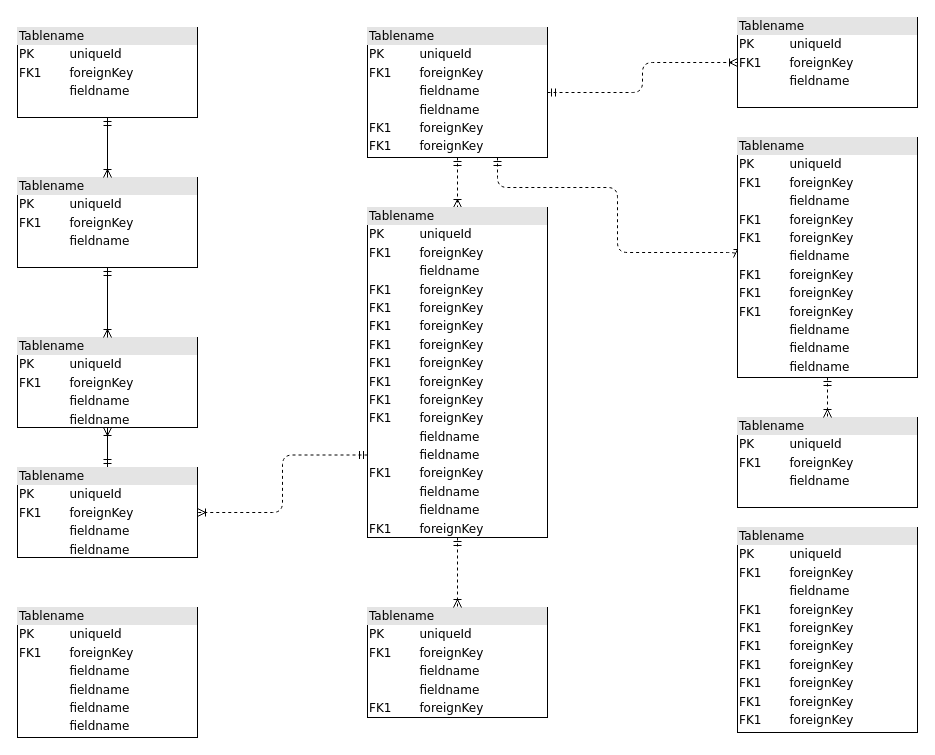
Before: Exercise 2.drawio in InesCortina/git-demo, a draw.io diagram. Source tidied: cells renumbered, new cells numbered last; positions are measured from the earlier drawing's top-left corner, leaving out a move shared by most shapes. Both pictures are drawn from the tidied source at 100%, with x=0, y=0 at pixel (17, 17).
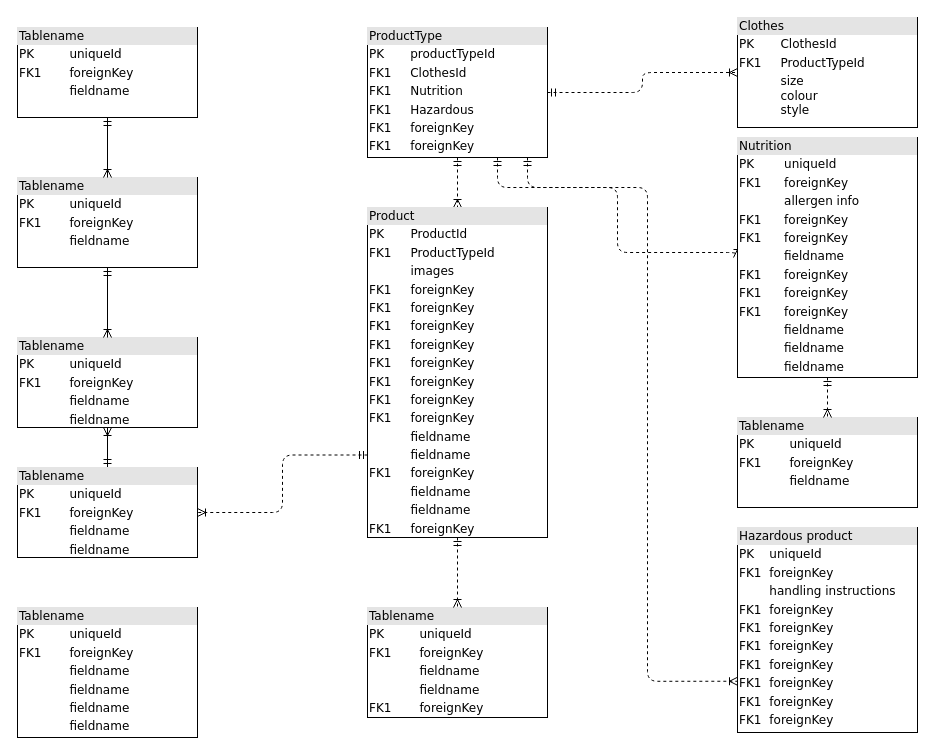
The same diagram, later.

Diff of the diagram source:
```diff
@@
-    <mxCell id="6" value="&lt;div style=&quot;box-sizing: border-box ; width: 100% ; background: #e4e4e4 ; padding: 2px&quot;&gt;Tablename&lt;/div&gt;&lt;table style=&quot;width: 100% ; font-size: 1em&quot; cellpadding=&quot;2&quot; cellspacing=&quot;0&quot;&gt;&lt;tbody&gt;&lt;tr&gt;&lt;td&gt;PK&lt;/td&gt;&lt;td&gt;uniqueId&lt;/td&gt;&lt;/tr&gt;&lt;tr&gt;&lt;td&gt;FK1&lt;/td&gt;&lt;td&gt;foreignKey&lt;/td&gt;&lt;/tr&gt;&lt;tr&gt;&lt;td&gt;&lt;/td&gt;&lt;td&gt;fieldname&lt;/td&gt;&lt;/tr&gt;&lt;tr&gt;&lt;td&gt;&lt;br&gt;&lt;/td&gt;&lt;td&gt;fieldname&lt;br&gt;&lt;/td&gt;&lt;/tr&gt;&lt;tr&gt;&lt;td&gt;FK1&lt;br&gt;&lt;/td&gt;&lt;td&gt;foreignKey&lt;br&gt;&lt;/td&gt;&lt;/tr&gt;&lt;tr&gt;&lt;td&gt;FK1&lt;br&gt;&lt;/td&gt;&lt;td&gt;foreignKey&lt;br&gt;&lt;/td&gt;&lt;/tr&gt;&lt;/tbody&gt;&lt;/table&gt;" style="verticalAlign=top;align=left;overflow=fill;html=1;rounded=0;shadow=0;comic=0;labelBackgroundColor=none;strokeWidth=1;fontFamily=Verdana;fontSize=12;" parent="1" vertex="1">
+    <mxCell id="6" value="&lt;div style=&quot;box-sizing: border-box ; width: 100% ; background: #e4e4e4 ; padding: 2px&quot;&gt;ProductType&lt;/div&gt;&lt;table style=&quot;width: 100% ; font-size: 1em&quot; cellpadding=&quot;2&quot; cellspacing=&quot;0&quot;&gt;&lt;tbody&gt;&lt;tr&gt;&lt;td&gt;PK&lt;/td&gt;&lt;td&gt;productTypeId&lt;/td&gt;&lt;/tr&gt;&lt;tr&gt;&lt;td&gt;FK1&lt;/td&gt;&lt;td&gt;ClothesId&lt;/td&gt;&lt;/tr&gt;&lt;tr&gt;&lt;td&gt;FK1&lt;/td&gt;&lt;td&gt;Nutrition&lt;/td&gt;&lt;/tr&gt;&lt;tr&gt;&lt;td&gt;FK1&lt;/td&gt;&lt;td&gt;Hazardous&lt;/td&gt;&lt;/tr&gt;&lt;tr&gt;&lt;td&gt;FK1&lt;br&gt;&lt;/td&gt;&lt;td&gt;foreignKey&lt;br&gt;&lt;/td&gt;&lt;/tr&gt;&lt;tr&gt;&lt;td&gt;FK1&lt;br&gt;&lt;/td&gt;&lt;td&gt;foreignKey&lt;br&gt;&lt;/td&gt;&lt;/tr&gt;&lt;/tbody&gt;&lt;/table&gt;" style="verticalAlign=top;align=left;overflow=fill;html=1;rounded=0;shadow=0;comic=0;labelBackgroundColor=none;strokeWidth=1;fontFamily=Verdana;fontSize=12;" parent="1" vertex="1">
       <mxGeometry x="350" y="10" width="180" height="130" as="geometry" />
     </mxCell>
@@
-    <mxCell id="13" value="&lt;div style=&quot;box-sizing: border-box ; width: 100% ; background: #e4e4e4 ; padding: 2px&quot;&gt;Tablename&lt;/div&gt;&lt;table style=&quot;width: 100% ; font-size: 1em&quot; cellpadding=&quot;2&quot; cellspacing=&quot;0&quot;&gt;&lt;tbody&gt;&lt;tr&gt;&lt;td&gt;PK&lt;/td&gt;&lt;td&gt;uniqueId&lt;/td&gt;&lt;/tr&gt;&lt;tr&gt;&lt;td&gt;FK1&lt;/td&gt;&lt;td&gt;foreignKey&lt;/td&gt;&lt;/tr&gt;&lt;tr&gt;&lt;td&gt;&lt;/td&gt;&lt;td&gt;fieldname&lt;/td&gt;&lt;/tr&gt;&lt;tr&gt;&lt;td&gt;FK1&lt;br&gt;&lt;/td&gt;&lt;td&gt;foreignKey&lt;br&gt;&lt;/td&gt;&lt;/tr&gt;&lt;tr&gt;&lt;td&gt;FK1&lt;br&gt;&lt;/td&gt;&lt;td&gt;foreignKey&lt;br&gt;&lt;/td&gt;&lt;/tr&gt;&lt;tr&gt;&lt;td&gt;FK1&lt;br&gt;&lt;/td&gt;&lt;td&gt;foreignKey&lt;br&gt;&lt;/td&gt;&lt;/tr&gt;&lt;tr&gt;&lt;td&gt;FK1&lt;br&gt;&lt;/td&gt;&lt;td&gt;foreignKey&lt;br&gt;&lt;/td&gt;&lt;/tr&gt;&lt;tr&gt;&lt;td&gt;FK1&lt;br&gt;&lt;/td&gt;&lt;td&gt;foreignKey&lt;br&gt;&lt;/td&gt;&lt;/tr&gt;&lt;tr&gt;&lt;td&gt;FK1&lt;br&gt;&lt;/td&gt;&lt;td&gt;foreignKey&lt;br&gt;&lt;/td&gt;&lt;/tr&gt;&lt;tr&gt;&lt;td&gt;FK1&lt;br&gt;&lt;/td&gt;&lt;td&gt;foreignKey&lt;br&gt;&lt;/td&gt;&lt;/tr&gt;&lt;/tbody&gt;&lt;/table&gt;" style="verticalAlign=top;align=left;overflow=fill;html=1;rounded=0;shadow=0;comic=0;labelBackgroundColor=none;strokeWidth=1;fontFamily=Verdana;fontSize=12;" parent="1" vertex="1">
+    <mxCell id="13" value="&lt;div style=&quot;box-sizing: border-box ; width: 100% ; background: #e4e4e4 ; padding: 2px&quot;&gt;Hazardous product&lt;/div&gt;&lt;table style=&quot;width: 100% ; font-size: 1em&quot; cellpadding=&quot;2&quot; cellspacing=&quot;0&quot;&gt;&lt;tbody&gt;&lt;tr&gt;&lt;td&gt;PK&lt;/td&gt;&lt;td&gt;uniqueId&lt;/td&gt;&lt;/tr&gt;&lt;tr&gt;&lt;td&gt;FK1&lt;/td&gt;&lt;td&gt;foreignKey&lt;/td&gt;&lt;/tr&gt;&lt;tr&gt;&lt;td&gt;&lt;/td&gt;&lt;td&gt;handling instructions&lt;/td&gt;&lt;/tr&gt;&lt;tr&gt;&lt;td&gt;FK1&lt;br&gt;&lt;/td&gt;&lt;td&gt;foreignKey&lt;br&gt;&lt;/td&gt;&lt;/tr&gt;&lt;tr&gt;&lt;td&gt;FK1&lt;br&gt;&lt;/td&gt;&lt;td&gt;foreignKey&lt;br&gt;&lt;/td&gt;&lt;/tr&gt;&lt;tr&gt;&lt;td&gt;FK1&lt;br&gt;&lt;/td&gt;&lt;td&gt;foreignKey&lt;br&gt;&lt;/td&gt;&lt;/tr&gt;&lt;tr&gt;&lt;td&gt;FK1&lt;br&gt;&lt;/td&gt;&lt;td&gt;foreignKey&lt;br&gt;&lt;/td&gt;&lt;/tr&gt;&lt;tr&gt;&lt;td&gt;FK1&lt;br&gt;&lt;/td&gt;&lt;td&gt;foreignKey&lt;br&gt;&lt;/td&gt;&lt;/tr&gt;&lt;tr&gt;&lt;td&gt;FK1&lt;br&gt;&lt;/td&gt;&lt;td&gt;foreignKey&lt;br&gt;&lt;/td&gt;&lt;/tr&gt;&lt;tr&gt;&lt;td&gt;FK1&lt;br&gt;&lt;/td&gt;&lt;td&gt;foreignKey&lt;br&gt;&lt;/td&gt;&lt;/tr&gt;&lt;/tbody&gt;&lt;/table&gt;" style="verticalAlign=top;align=left;overflow=fill;html=1;rounded=0;shadow=0;comic=0;labelBackgroundColor=none;strokeWidth=1;fontFamily=Verdana;fontSize=12;" parent="1" vertex="1">
       <mxGeometry x="720" y="510" width="180" height="205" as="geometry" />
     </mxCell>
@@
-    <mxCell id="16" value="&lt;div style=&quot;box-sizing: border-box ; width: 100% ; background: #e4e4e4 ; padding: 2px&quot;&gt;Tablename&lt;/div&gt;&lt;table style=&quot;width: 100% ; font-size: 1em&quot; cellpadding=&quot;2&quot; cellspacing=&quot;0&quot;&gt;&lt;tbody&gt;&lt;tr&gt;&lt;td&gt;PK&lt;/td&gt;&lt;td&gt;uniqueId&lt;/td&gt;&lt;/tr&gt;&lt;tr&gt;&lt;td&gt;FK1&lt;/td&gt;&lt;td&gt;foreignKey&lt;/td&gt;&lt;/tr&gt;&lt;tr&gt;&lt;td&gt;&lt;/td&gt;&lt;td&gt;fieldname&lt;/td&gt;&lt;/tr&gt;&lt;tr&gt;&lt;td&gt;FK1&lt;br&gt;&lt;/td&gt;&lt;td&gt;foreignKey&lt;br&gt;&lt;/td&gt;&lt;/tr&gt;&lt;tr&gt;&lt;td&gt;FK1&lt;br&gt;&lt;/td&gt;&lt;td&gt;foreignKey&lt;br&gt;&lt;/td&gt;&lt;/tr&gt;&lt;tr&gt;&lt;td&gt;FK1&lt;br&gt;&lt;/td&gt;&lt;td&gt;foreignKey&lt;br&gt;&lt;/td&gt;&lt;/tr&gt;&lt;tr&gt;&lt;td&gt;FK1&lt;br&gt;&lt;/td&gt;&lt;td&gt;foreignKey&lt;br&gt;&lt;/td&gt;&lt;/tr&gt;&lt;tr&gt;&lt;td&gt;FK1&lt;br&gt;&lt;/td&gt;&lt;td&gt;foreignKey&lt;br&gt;&lt;/td&gt;&lt;/tr&gt;&lt;tr&gt;&lt;td&gt;FK1&lt;br&gt;&lt;/td&gt;&lt;td&gt;foreignKey&lt;br&gt;&lt;/td&gt;&lt;/tr&gt;&lt;tr&gt;&lt;td&gt;FK1&lt;br&gt;&lt;/td&gt;&lt;td&gt;foreignKey&lt;br&gt;&lt;/td&gt;&lt;/tr&gt;&lt;tr&gt;&lt;td&gt;FK1&lt;br&gt;&lt;/td&gt;&lt;td&gt;foreignKey&lt;br&gt;&lt;/td&gt;&lt;/tr&gt;&lt;tr&gt;&lt;td&gt;&lt;br&gt;&lt;/td&gt;&lt;td&gt;fieldname&lt;br&gt;&lt;/td&gt;&lt;/tr&gt;&lt;tr&gt;&lt;td&gt;&lt;br&gt;&lt;/td&gt;&lt;td&gt;fieldname&lt;br&gt;&lt;/td&gt;&lt;/tr&gt;&lt;tr&gt;&lt;td&gt;FK1&lt;br&gt;&lt;/td&gt;&lt;td&gt;foreignKey&lt;br&gt;&lt;/td&gt;&lt;/tr&gt;&lt;tr&gt;&lt;td&gt;&lt;br&gt;&lt;/td&gt;&lt;td&gt;fieldname&lt;br&gt;&lt;/td&gt;&lt;/tr&gt;&lt;tr&gt;&lt;td&gt;&lt;br&gt;&lt;/td&gt;&lt;td&gt;fieldname&lt;br&gt;&lt;/td&gt;&lt;/tr&gt;&lt;tr&gt;&lt;td&gt;FK1&lt;br&gt;&lt;/td&gt;&lt;td&gt;foreignKey&lt;br&gt;&lt;/td&gt;&lt;/tr&gt;&lt;/tbody&gt;&lt;/table&gt;" style="verticalAlign=top;align=left;overflow=fill;html=1;rounded=0;shadow=0;comic=0;labelBackgroundColor=none;strokeWidth=1;fontFamily=Verdana;fontSize=12;" parent="1" vertex="1">
+    <mxCell id="16" value="&lt;div style=&quot;box-sizing: border-box ; width: 100% ; background: #e4e4e4 ; padding: 2px&quot;&gt;Product&lt;/div&gt;&lt;table style=&quot;width: 100% ; font-size: 1em&quot; cellpadding=&quot;2&quot; cellspacing=&quot;0&quot;&gt;&lt;tbody&gt;&lt;tr&gt;&lt;td&gt;PK&lt;/td&gt;&lt;td&gt;ProductId&lt;/td&gt;&lt;/tr&gt;&lt;tr&gt;&lt;td&gt;FK1&lt;/td&gt;&lt;td&gt;ProductTypeId&lt;/td&gt;&lt;/tr&gt;&lt;tr&gt;&lt;td&gt;&lt;/td&gt;&lt;td&gt;images&lt;/td&gt;&lt;/tr&gt;&lt;tr&gt;&lt;td&gt;FK1&lt;br&gt;&lt;/td&gt;&lt;td&gt;foreignKey&lt;br&gt;&lt;/td&gt;&lt;/tr&gt;&lt;tr&gt;&lt;td&gt;FK1&lt;br&gt;&lt;/td&gt;&lt;td&gt;foreignKey&lt;br&gt;&lt;/td&gt;&lt;/tr&gt;&lt;tr&gt;&lt;td&gt;FK1&lt;br&gt;&lt;/td&gt;&lt;td&gt;foreignKey&lt;br&gt;&lt;/td&gt;&lt;/tr&gt;&lt;tr&gt;&lt;td&gt;FK1&lt;br&gt;&lt;/td&gt;&lt;td&gt;foreignKey&lt;br&gt;&lt;/td&gt;&lt;/tr&gt;&lt;tr&gt;&lt;td&gt;FK1&lt;br&gt;&lt;/td&gt;&lt;td&gt;foreignKey&lt;br&gt;&lt;/td&gt;&lt;/tr&gt;&lt;tr&gt;&lt;td&gt;FK1&lt;br&gt;&lt;/td&gt;&lt;td&gt;foreignKey&lt;br&gt;&lt;/td&gt;&lt;/tr&gt;&lt;tr&gt;&lt;td&gt;FK1&lt;br&gt;&lt;/td&gt;&lt;td&gt;foreignKey&lt;br&gt;&lt;/td&gt;&lt;/tr&gt;&lt;tr&gt;&lt;td&gt;FK1&lt;br&gt;&lt;/td&gt;&lt;td&gt;foreignKey&lt;br&gt;&lt;/td&gt;&lt;/tr&gt;&lt;tr&gt;&lt;td&gt;&lt;br&gt;&lt;/td&gt;&lt;td&gt;fieldname&lt;br&gt;&lt;/td&gt;&lt;/tr&gt;&lt;tr&gt;&lt;td&gt;&lt;br&gt;&lt;/td&gt;&lt;td&gt;fieldname&lt;br&gt;&lt;/td&gt;&lt;/tr&gt;&lt;tr&gt;&lt;td&gt;FK1&lt;br&gt;&lt;/td&gt;&lt;td&gt;foreignKey&lt;br&gt;&lt;/td&gt;&lt;/tr&gt;&lt;tr&gt;&lt;td&gt;&lt;br&gt;&lt;/td&gt;&lt;td&gt;fieldname&lt;br&gt;&lt;/td&gt;&lt;/tr&gt;&lt;tr&gt;&lt;td&gt;&lt;br&gt;&lt;/td&gt;&lt;td&gt;fieldname&lt;br&gt;&lt;/td&gt;&lt;/tr&gt;&lt;tr&gt;&lt;td&gt;FK1&lt;br&gt;&lt;/td&gt;&lt;td&gt;foreignKey&lt;br&gt;&lt;/td&gt;&lt;/tr&gt;&lt;/tbody&gt;&lt;/table&gt;" style="verticalAlign=top;align=left;overflow=fill;html=1;rounded=0;shadow=0;comic=0;labelBackgroundColor=none;strokeWidth=1;fontFamily=Verdana;fontSize=12;" parent="1" vertex="1">
       <mxGeometry x="350" y="190" width="180" height="330" as="geometry" />
     </mxCell>
@@
-    <mxCell id="19" value="&lt;div style=&quot;box-sizing: border-box ; width: 100% ; background: #e4e4e4 ; padding: 2px&quot;&gt;Tablename&lt;/div&gt;&lt;table style=&quot;width: 100% ; font-size: 1em&quot; cellpadding=&quot;2&quot; cellspacing=&quot;0&quot;&gt;&lt;tbody&gt;&lt;tr&gt;&lt;td&gt;PK&lt;/td&gt;&lt;td&gt;uniqueId&lt;/td&gt;&lt;/tr&gt;&lt;tr&gt;&lt;td&gt;FK1&lt;/td&gt;&lt;td&gt;foreignKey&lt;/td&gt;&lt;/tr&gt;&lt;tr&gt;&lt;td&gt;&lt;/td&gt;&lt;td&gt;fieldname&lt;/td&gt;&lt;/tr&gt;&lt;tr&gt;&lt;td&gt;FK1&lt;br&gt;&lt;/td&gt;&lt;td&gt;foreignKey&lt;br&gt;&lt;/td&gt;&lt;/tr&gt;&lt;tr&gt;&lt;td&gt;FK1&lt;br&gt;&lt;/td&gt;&lt;td&gt;foreignKey&lt;br&gt;&lt;/td&gt;&lt;/tr&gt;&lt;tr&gt;&lt;td&gt;&lt;br&gt;&lt;/td&gt;&lt;td&gt;fieldname&lt;br&gt;&lt;/td&gt;&lt;/tr&gt;&lt;tr&gt;&lt;td&gt;FK1&lt;br&gt;&lt;/td&gt;&lt;td&gt;foreignKey&lt;br&gt;&lt;/td&gt;&lt;/tr&gt;&lt;tr&gt;&lt;td&gt;FK1&lt;br&gt;&lt;/td&gt;&lt;td&gt;foreignKey&lt;br&gt;&lt;/td&gt;&lt;/tr&gt;&lt;tr&gt;&lt;td&gt;FK1&lt;br&gt;&lt;/td&gt;&lt;td&gt;foreignKey&lt;br&gt;&lt;/td&gt;&lt;/tr&gt;&lt;tr&gt;&lt;td&gt;&lt;br&gt;&lt;/td&gt;&lt;td&gt;fieldname&lt;br&gt;&lt;/td&gt;&lt;/tr&gt;&lt;tr&gt;&lt;td&gt;&lt;br&gt;&lt;/td&gt;&lt;td&gt;fieldname&lt;br&gt;&lt;/td&gt;&lt;/tr&gt;&lt;tr&gt;&lt;td&gt;&lt;br&gt;&lt;/td&gt;&lt;td&gt;fieldname&lt;br&gt;&lt;/td&gt;&lt;/tr&gt;&lt;/tbody&gt;&lt;/table&gt;" style="verticalAlign=top;align=left;overflow=fill;html=1;rounded=0;shadow=0;comic=0;labelBackgroundColor=none;strokeWidth=1;fontFamily=Verdana;fontSize=12;" parent="1" vertex="1">
+    <mxCell id="19" value="&lt;div style=&quot;box-sizing: border-box ; width: 100% ; background: #e4e4e4 ; padding: 2px&quot;&gt;Nutrition&lt;/div&gt;&lt;table style=&quot;width: 100% ; font-size: 1em&quot; cellpadding=&quot;2&quot; cellspacing=&quot;0&quot;&gt;&lt;tbody&gt;&lt;tr&gt;&lt;td&gt;PK&lt;/td&gt;&lt;td&gt;uniqueId&lt;/td&gt;&lt;/tr&gt;&lt;tr&gt;&lt;td&gt;FK1&lt;/td&gt;&lt;td&gt;foreignKey&lt;/td&gt;&lt;/tr&gt;&lt;tr&gt;&lt;td&gt;&lt;/td&gt;&lt;td&gt;allergen info&lt;/td&gt;&lt;/tr&gt;&lt;tr&gt;&lt;td&gt;FK1&lt;br&gt;&lt;/td&gt;&lt;td&gt;foreignKey&lt;br&gt;&lt;/td&gt;&lt;/tr&gt;&lt;tr&gt;&lt;td&gt;FK1&lt;br&gt;&lt;/td&gt;&lt;td&gt;foreignKey&lt;br&gt;&lt;/td&gt;&lt;/tr&gt;&lt;tr&gt;&lt;td&gt;&lt;br&gt;&lt;/td&gt;&lt;td&gt;fieldname&lt;br&gt;&lt;/td&gt;&lt;/tr&gt;&lt;tr&gt;&lt;td&gt;FK1&lt;br&gt;&lt;/td&gt;&lt;td&gt;foreignKey&lt;br&gt;&lt;/td&gt;&lt;/tr&gt;&lt;tr&gt;&lt;td&gt;FK1&lt;br&gt;&lt;/td&gt;&lt;td&gt;foreignKey&lt;br&gt;&lt;/td&gt;&lt;/tr&gt;&lt;tr&gt;&lt;td&gt;FK1&lt;br&gt;&lt;/td&gt;&lt;td&gt;foreignKey&lt;br&gt;&lt;/td&gt;&lt;/tr&gt;&lt;tr&gt;&lt;td&gt;&lt;br&gt;&lt;/td&gt;&lt;td&gt;fieldname&lt;br&gt;&lt;/td&gt;&lt;/tr&gt;&lt;tr&gt;&lt;td&gt;&lt;br&gt;&lt;/td&gt;&lt;td&gt;fieldname&lt;br&gt;&lt;/td&gt;&lt;/tr&gt;&lt;tr&gt;&lt;td&gt;&lt;br&gt;&lt;/td&gt;&lt;td&gt;fieldname&lt;br&gt;&lt;/td&gt;&lt;/tr&gt;&lt;/tbody&gt;&lt;/table&gt;" style="verticalAlign=top;align=left;overflow=fill;html=1;rounded=0;shadow=0;comic=0;labelBackgroundColor=none;strokeWidth=1;fontFamily=Verdana;fontSize=12;" parent="1" vertex="1">
       <mxGeometry x="720" y="120" width="180" height="240" as="geometry" />
     </mxCell>
-    <mxCell id="20" value="&lt;div style=&quot;box-sizing:border-box;width:100%;background:#e4e4e4;padding:2px;&quot;&gt;Tablename&lt;/div&gt;&lt;table style=&quot;width:100%;font-size:1em;&quot; cellpadding=&quot;2&quot; cellspacing=&quot;0&quot;&gt;&lt;tr&gt;&lt;td&gt;PK&lt;/td&gt;&lt;td&gt;uniqueId&lt;/td&gt;&lt;/tr&gt;&lt;tr&gt;&lt;td&gt;FK1&lt;/td&gt;&lt;td&gt;foreignKey&lt;/td&gt;&lt;/tr&gt;&lt;tr&gt;&lt;td&gt;&lt;/td&gt;&lt;td&gt;fieldname&lt;/td&gt;&lt;/tr&gt;&lt;/table&gt;" style="verticalAlign=top;align=left;overflow=fill;html=1;rounded=0;shadow=0;comic=0;labelBackgroundColor=none;strokeWidth=1;fontFamily=Verdana;fontSize=12;" parent="1" vertex="1">
-      <mxGeometry x="720" width="180" height="90" as="geometry" />
+    <mxCell id="20" value="&lt;div style=&quot;box-sizing:border-box;width:100%;background:#e4e4e4;padding:2px;&quot;&gt;Clothes&lt;/div&gt;&lt;table style=&quot;width:100%;font-size:1em;&quot; cellpadding=&quot;2&quot; cellspacing=&quot;0&quot;&gt;&lt;tbody&gt;&lt;tr&gt;&lt;td&gt;PK&lt;/td&gt;&lt;td&gt;ClothesId&lt;/td&gt;&lt;/tr&gt;&lt;tr&gt;&lt;td&gt;FK1&lt;/td&gt;&lt;td&gt;ProductTypeId&lt;/td&gt;&lt;/tr&gt;&lt;tr&gt;&lt;td&gt;&lt;/td&gt;&lt;td&gt;size&lt;br&gt;colour&lt;br&gt;style&lt;/td&gt;&lt;/tr&gt;&lt;/tbody&gt;&lt;/table&gt;" style="verticalAlign=top;align=left;overflow=fill;html=1;rounded=0;shadow=0;comic=0;labelBackgroundColor=none;strokeWidth=1;fontFamily=Verdana;fontSize=12;" parent="1" vertex="1">
+      <mxGeometry x="720" width="180" height="110" as="geometry" />
     </mxCell>
@@
+    <mxCell id="23" style="edgeStyle=orthogonalEdgeStyle;html=1;dashed=1;labelBackgroundColor=none;startArrow=ERmandOne;endArrow=ERoneToMany;fontFamily=Verdana;fontSize=12;align=left;entryX=0;entryY=0.75;entryDx=0;entryDy=0;" parent="1" edge="1" target="13">
+      <mxGeometry relative="1" as="geometry">
+        <mxPoint x="510" y="140" as="sourcePoint" />
+        <Array as="points">
+          <mxPoint x="510" y="170" />
+          <mxPoint x="630" y="170" />
+          <mxPoint x="630" y="664" />
+        </Array>
+      </mxGeometry>
+    </mxCell>
```
